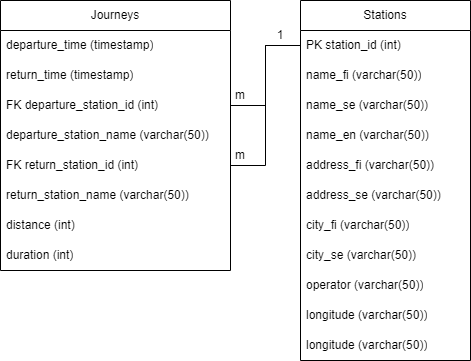
Before: documentation/DatabaseLayout.png, a diagram exported from draw.io (JoPe99/helsinki-city-bike). Source tidied: cells renumbered, new cells last; positions are measured from the earlier drawing's top-left corner, leaving out a move shared by most shapes.
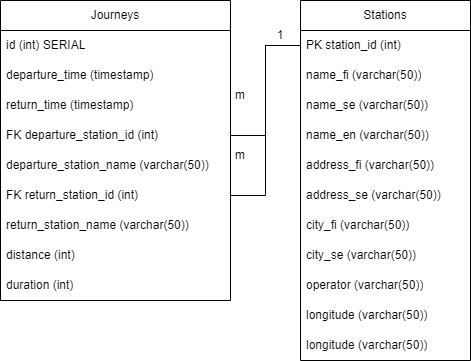
Later version of the same file.

Commit message:
Fixed mistake in DB layout

What changed in the source:
```diff
@@ -3,31 +3,34 @@
     <mxCell id="0" />
     <mxCell id="1" parent="0" />
     <mxCell id="2" value="Journeys" style="swimlane;fontStyle=0;horizontal=1;startSize=30;whiteSpace=wrap;html=1;" parent="1" vertex="1">
-      <mxGeometry width="230" height="270" as="geometry" />
+      <mxGeometry width="230" height="300" as="geometry" />
     </mxCell>
+    <mxCell id="28" value="id (int) SERIAL" style="text;strokeColor=none;fillColor=none;align=left;verticalAlign=middle;spacingLeft=4;spacingRight=4;overflow=hidden;whiteSpace=wrap;html=1;" parent="2" vertex="1">
+      <mxGeometry y="30" width="230" height="30" as="geometry" />
+    </mxCell>
     <mxCell id="3" value="departure_time (timestamp)" style="text;strokeColor=none;fillColor=none;align=left;verticalAlign=middle;spacingLeft=4;spacingRight=4;overflow=hidden;whiteSpace=wrap;html=1;" parent="2" vertex="1">
-      <mxGeometry y="30" width="230" height="30" as="geometry" />
+      <mxGeometry y="60" width="230" height="30" as="geometry" />
     </mxCell>
     <mxCell id="4" value="return_time (timestamp)" style="text;strokeColor=none;fillColor=none;align=left;verticalAlign=middle;spacingLeft=4;spacingRight=4;overflow=hidden;whiteSpace=wrap;html=1;" parent="2" vertex="1">
-      <mxGeometry y="60" width="230" height="30" as="geometry" />
+      <mxGeometry y="90" width="230" height="30" as="geometry" />
     </mxCell>
     <mxCell id="5" value="FK departure_station_id (int)" style="text;strokeColor=none;fillColor=none;align=left;verticalAlign=middle;spacingLeft=4;spacingRight=4;overflow=hidden;points=[[0,0.5],[1,0.5]];portConstraint=eastwest;whiteSpace=wrap;html=1;" parent="2" vertex="1">
-      <mxGeometry y="90" width="230" height="30" as="geometry" />
+      <mxGeometry y="120" width="230" height="30" as="geometry" />
     </mxCell>
     <mxCell id="6" value="departure_station_name (varchar(50))" style="text;strokeColor=none;fillColor=none;align=left;verticalAlign=middle;spacingLeft=4;spacingRight=4;overflow=hidden;whiteSpace=wrap;html=1;" parent="2" vertex="1">
-      <mxGeometry y="120" width="230" height="30" as="geometry" />
+      <mxGeometry y="150" width="230" height="30" as="geometry" />
     </mxCell>
     <mxCell id="7" value="FK return_station_id (int)" style="text;strokeColor=none;fillColor=none;align=left;verticalAlign=middle;spacingLeft=4;spacingRight=4;overflow=hidden;points=[[0,0.5],[1,0.5]];portConstraint=eastwest;whiteSpace=wrap;html=1;" parent="2" vertex="1">
-      <mxGeometry y="150" width="230" height="30" as="geometry" />
+      <mxGeometry y="180" width="230" height="30" as="geometry" />
     </mxCell>
     <mxCell id="8" value="return_station_name (varchar(50))" style="text;strokeColor=none;fillColor=none;align=left;verticalAlign=middle;spacingLeft=4;spacingRight=4;overflow=hidden;whiteSpace=wrap;html=1;" parent="2" vertex="1">
-      <mxGeometry y="180" width="230" height="30" as="geometry" />
+      <mxGeometry y="210" width="230" height="30" as="geometry" />
     </mxCell>
     <mxCell id="9" value="distance (int)" style="text;strokeColor=none;fillColor=none;align=left;verticalAlign=middle;spacingLeft=4;spacingRight=4;overflow=hidden;whiteSpace=wrap;html=1;" parent="2" vertex="1">
-      <mxGeometry y="210" width="230" height="30" as="geometry" />
+      <mxGeometry y="240" width="230" height="30" as="geometry" />
     </mxCell>
     <mxCell id="10" value="duration (int)" style="text;strokeColor=none;fillColor=none;align=left;verticalAlign=middle;spacingLeft=4;spacingRight=4;overflow=hidden;whiteSpace=wrap;html=1;" parent="2" vertex="1">
-      <mxGeometry y="240" width="230" height="30" as="geometry" />
+      <mxGeometry y="270" width="230" height="30" as="geometry" />
     </mxCell>
     <mxCell id="11" value="Stations" style="swimlane;fontStyle=0;horizontal=1;startSize=30;whiteSpace=wrap;html=1;" parent="1" vertex="1">
       <mxGeometry x="300" width="170" height="360" as="geometry" />
```
